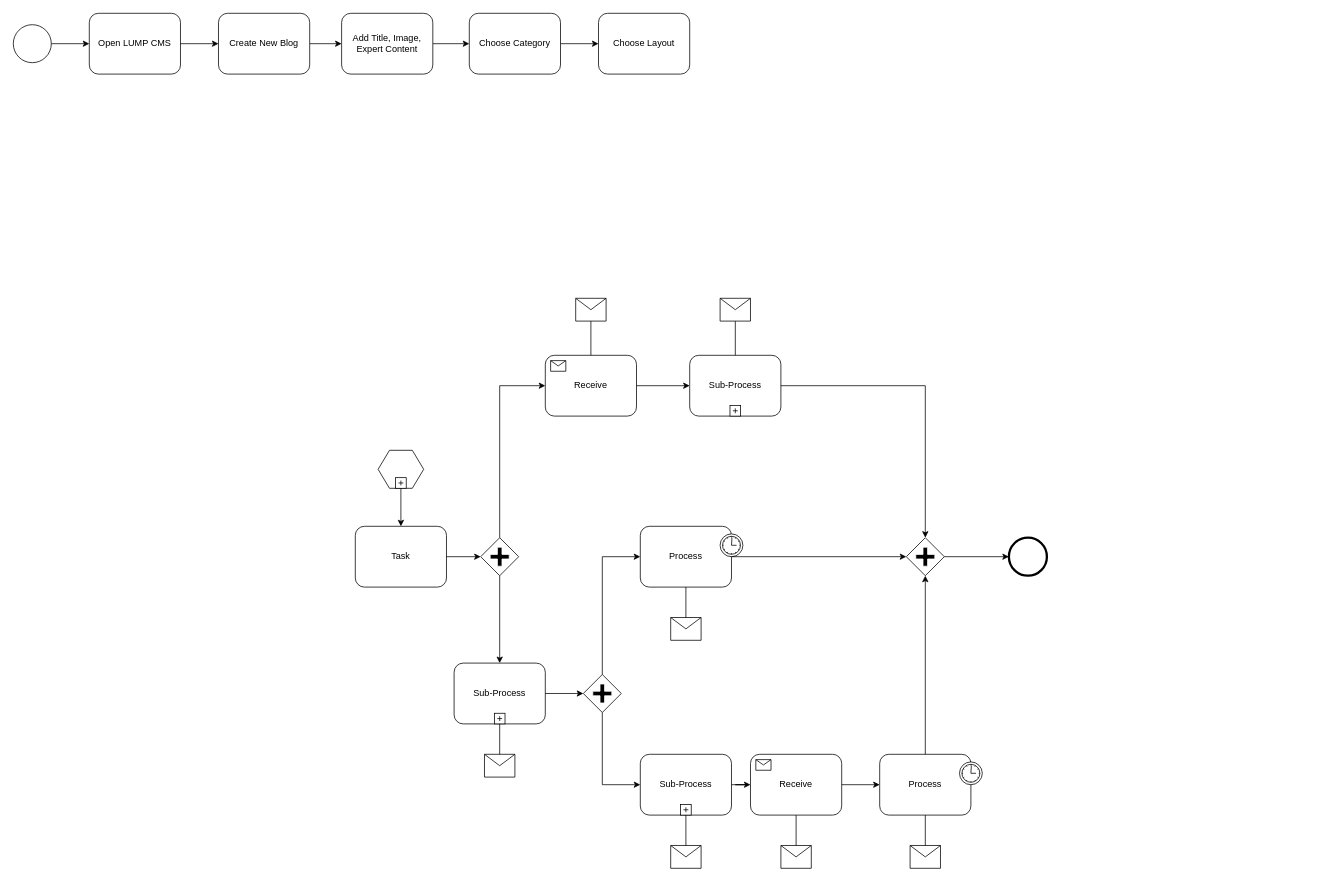
Earlier version of the draw.io diagram lump-end-user-flow.drawio (lmnaslimited/iyakkam). Source tidied: cells renumbered, new cells numbered last; positions are measured from the earlier drawing's top-left corner, leaving out a move shared by most shapes. Both pictures are drawn from the tidied source at 76%, with x=0, y=0 at pixel (13, 13).
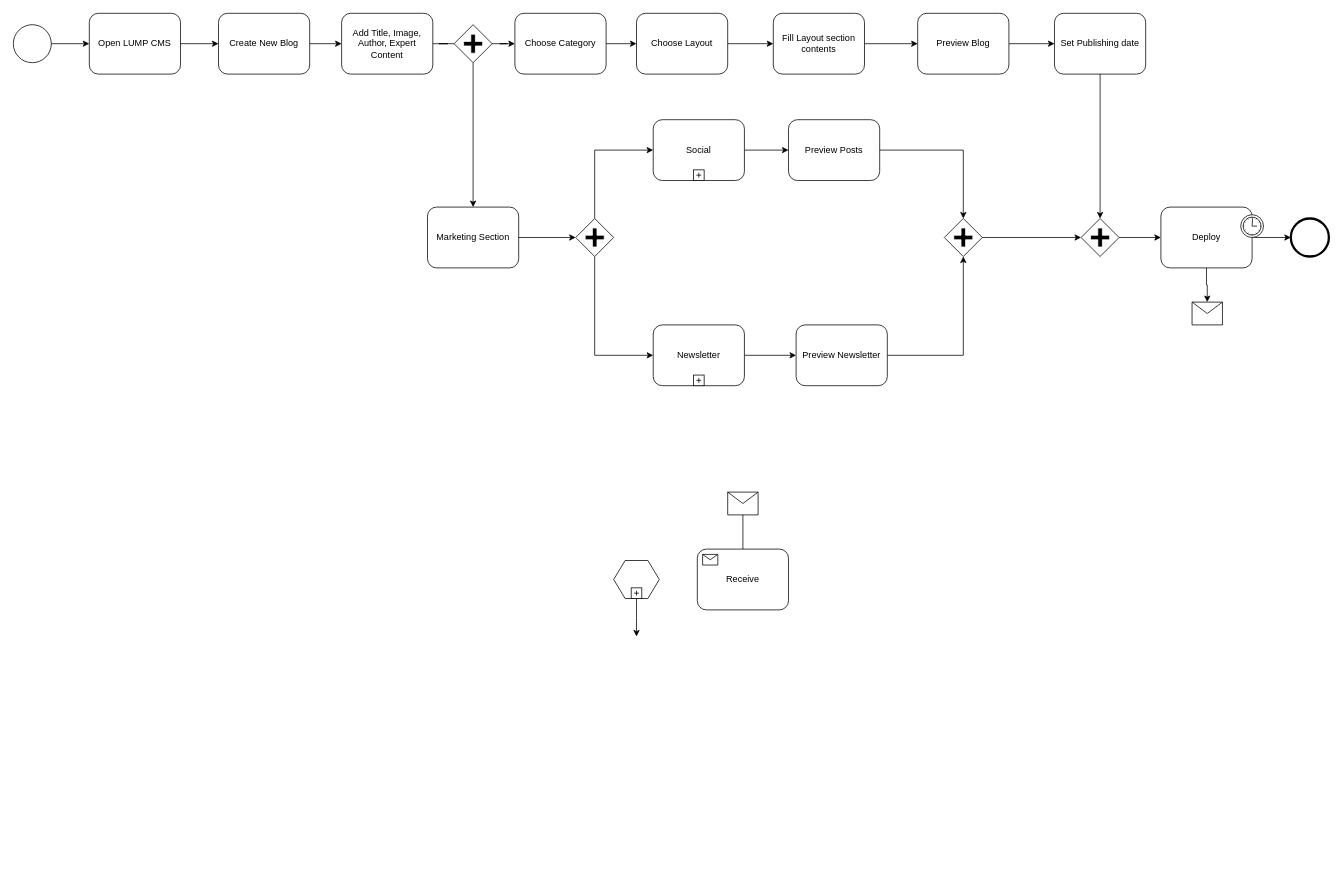
After the change.

Commit message:
updated with social and newsletter subprocess

The edit, as a diff of the source:
```diff
@@
     <mxCell id="6" style="shape=hexagon;whiteSpace=wrap;html=1;perimeter=hexagonPerimeter;" parent="1" vertex="1">
-      <mxGeometry x="480" y="575" width="60" height="50" as="geometry" />
+      <mxGeometry x="790" y="720" width="60" height="50" as="geometry" />
     </mxCell>
@@
-    <mxCell id="8" value="Task" style="shape=ext;rounded=1;html=1;whiteSpace=wrap;" parent="1" vertex="1">
-      <mxGeometry x="450" y="675" width="120" height="80" as="geometry" />
-    </mxCell>
-    <mxCell id="9" style="shape=mxgraph.bpmn.shape;html=1;verticalLabelPosition=bottom;labelBackgroundColor=#ffffff;verticalAlign=top;perimeter=rhombusPerimeter;background=gateway;outline=none;symbol=parallelGw;" parent="1" vertex="1">
-      <mxGeometry x="615" y="690" width="50" height="50" as="geometry" />
-    </mxCell>
-    <mxCell id="10" value="Sub-Process" style="html=1;whiteSpace=wrap;rounded=1;" parent="1" vertex="1">
-      <mxGeometry x="890" y="450" width="120" height="80" as="geometry" />
-    </mxCell>
-    <mxCell id="11" style="html=1;shape=plus;" parent="10" vertex="1">
-      <mxGeometry x="0.5" y="1" width="14" height="14" relative="1" as="geometry">
-        <mxPoint x="-7" y="-14" as="offset" />
-      </mxGeometry>
-    </mxCell>
     <mxCell id="12" value="Receive" style="html=1;whiteSpace=wrap;rounded=1;" parent="1" vertex="1">
-      <mxGeometry x="700" y="450" width="120" height="80" as="geometry" />
+      <mxGeometry x="900" y="705" width="120" height="80" as="geometry" />
     </mxCell>
@@
-    <mxCell id="14" value="Process" style="html=1;whiteSpace=wrap;rounded=1;" parent="1" vertex="1">
-      <mxGeometry x="825" y="675" width="120" height="80" as="geometry" />
-    </mxCell>
-    <mxCell id="15" style="shape=mxgraph.bpmn.timer_start;perimeter=ellipsePerimeter;html=1;labelPosition=right;labelBackgroundColor=#ffffff;align=left;" parent="14" vertex="1">
-      <mxGeometry x="1" width="30" height="30" relative="1" as="geometry">
-        <mxPoint x="-15" y="10" as="offset" />
-      </mxGeometry>
-    </mxCell>
-    <mxCell id="16" value="Process" style="html=1;whiteSpace=wrap;rounded=1;" parent="1" vertex="1">
-      <mxGeometry x="1140" y="975" width="120" height="80" as="geometry" />
-    </mxCell>
-    <mxCell id="17" style="shape=mxgraph.bpmn.timer_start;perimeter=ellipsePerimeter;html=1;labelPosition=right;labelBackgroundColor=#ffffff;align=left;" parent="16" vertex="1">
-      <mxGeometry x="1" width="30" height="30" relative="1" as="geometry">
-        <mxPoint x="-15" y="10" as="offset" />
-      </mxGeometry>
-    </mxCell>
-    <mxCell id="18" value="Receive" style="html=1;whiteSpace=wrap;rounded=1;" parent="1" vertex="1">
-      <mxGeometry x="970" y="975" width="120" height="80" as="geometry" />
-    </mxCell>
-    <mxCell id="19" style="html=1;shape=message;" parent="18" vertex="1">
-      <mxGeometry width="20" height="14" relative="1" as="geometry">
-        <mxPoint x="7" y="7" as="offset" />
-      </mxGeometry>
-    </mxCell>
-    <mxCell id="20" value="Sub-Process" style="html=1;whiteSpace=wrap;rounded=1;" parent="1" vertex="1">
-      <mxGeometry x="825" y="975" width="120" height="80" as="geometry" />
-    </mxCell>
-    <mxCell id="21" style="html=1;shape=plus;" parent="20" vertex="1">
-      <mxGeometry x="0.5" y="1" width="14" height="14" relative="1" as="geometry">
-        <mxPoint x="-7" y="-14" as="offset" />
-      </mxGeometry>
-    </mxCell>
-    <mxCell id="22" style="shape=mxgraph.bpmn.shape;html=1;verticalLabelPosition=bottom;labelBackgroundColor=#ffffff;verticalAlign=top;perimeter=rhombusPerimeter;background=gateway;outline=none;symbol=parallelGw;" parent="1" vertex="1">
-      <mxGeometry x="1175" y="690" width="50" height="50" as="geometry" />
-    </mxCell>
-    <mxCell id="23" style="shape=mxgraph.bpmn.shape;html=1;verticalLabelPosition=bottom;labelBackgroundColor=#ffffff;verticalAlign=top;perimeter=ellipsePerimeter;outline=end;symbol=general;" parent="1" vertex="1">
-      <mxGeometry x="1310" y="690" width="50" height="50" as="geometry" />
-    </mxCell>
     <mxCell id="24" style="shape=message;whiteSpace=wrap;html=1;" parent="1" vertex="1">
-      <mxGeometry x="740" y="375" width="40" height="30" as="geometry" />
+      <mxGeometry x="940" y="630" width="40" height="30" as="geometry" />
     </mxCell>
-    <mxCell id="25" style="shape=message;whiteSpace=wrap;html=1;" parent="1" vertex="1">
-      <mxGeometry x="930" y="375" width="40" height="30" as="geometry" />
-    </mxCell>
-    <mxCell id="26" value="Sub-Process" style="html=1;whiteSpace=wrap;rounded=1;" parent="1" vertex="1">
-      <mxGeometry x="580" y="855" width="120" height="80" as="geometry" />
-    </mxCell>
-    <mxCell id="27" style="html=1;shape=plus;" parent="26" vertex="1">
-      <mxGeometry x="0.5" y="1" width="14" height="14" relative="1" as="geometry">
-        <mxPoint x="-7" y="-14" as="offset" />
-      </mxGeometry>
-    </mxCell>
-    <mxCell id="28" style="shape=message;whiteSpace=wrap;html=1;" parent="1" vertex="1">
-      <mxGeometry x="620" y="975" width="40" height="30" as="geometry" />
-    </mxCell>
-    <mxCell id="29" style="shape=message;whiteSpace=wrap;html=1;" parent="1" vertex="1">
-      <mxGeometry x="1010" y="1095" width="40" height="30" as="geometry" />
-    </mxCell>
-    <mxCell id="30" style="shape=message;whiteSpace=wrap;html=1;" parent="1" vertex="1">
-      <mxGeometry x="1180" y="1095" width="40" height="30" as="geometry" />
-    </mxCell>
-    <mxCell id="31" style="shape=message;whiteSpace=wrap;html=1;" parent="1" vertex="1">
-      <mxGeometry x="865" y="1095" width="40" height="30" as="geometry" />
-    </mxCell>
-    <mxCell id="32" style="shape=message;whiteSpace=wrap;html=1;" parent="1" vertex="1">
-      <mxGeometry x="865" y="795" width="40" height="30" as="geometry" />
-    </mxCell>
@@
-    <mxCell id="35" style="edgeStyle=orthogonalEdgeStyle;rounded=0;html=1;jettySize=auto;" parent="1" edge="1" source="12" target="10">
-      <mxGeometry relative="1" as="geometry" />
-    </mxCell>
@@
-    <mxCell id="37" style="edgeStyle=orthogonalEdgeStyle;rounded=0;html=1;jettySize=auto;endArrow=none;endFill=0;" parent="1" edge="1" source="25" target="10">
-      <mxGeometry relative="1" as="geometry" />
-    </mxCell>
-    <mxCell id="38" style="edgeStyle=orthogonalEdgeStyle;rounded=0;html=1;jettySize=auto;" parent="1" edge="1" source="10" target="22">
-      <mxGeometry relative="1" as="geometry">
-        <Array as="points">
-          <mxPoint x="1200" y="490" />
-        </Array>
-      </mxGeometry>
-    </mxCell>
-    <mxCell id="39" style="edgeStyle=orthogonalEdgeStyle;rounded=0;html=1;jettySize=auto;" parent="1" edge="1" source="14" target="22">
-      <mxGeometry relative="1" as="geometry" />
-    </mxCell>
-    <mxCell id="40" style="edgeStyle=orthogonalEdgeStyle;rounded=0;html=1;jettySize=auto;" parent="1" edge="1" source="16" target="22">
-      <mxGeometry relative="1" as="geometry" />
-    </mxCell>
-    <mxCell id="41" style="edgeStyle=orthogonalEdgeStyle;rounded=0;html=1;jettySize=auto;" parent="1" edge="1" source="22" target="23">
-      <mxGeometry relative="1" as="geometry" />
-    </mxCell>
-    <mxCell id="42" style="edgeStyle=orthogonalEdgeStyle;rounded=0;html=1;jettySize=auto;" parent="1" edge="1" source="6" target="8">
-      <mxGeometry relative="1" as="geometry" />
+    <mxCell id="42" style="edgeStyle=orthogonalEdgeStyle;rounded=0;html=1;jettySize=auto;" parent="1" edge="1" source="6">
+      <mxGeometry relative="1" as="geometry">
+        <mxPoint x="820" y="820" as="targetPoint" />
+      </mxGeometry>
     </mxCell>
-    <mxCell id="43" style="edgeStyle=orthogonalEdgeStyle;rounded=0;html=1;jettySize=auto;" parent="1" edge="1" source="8" target="9">
-      <mxGeometry relative="1" as="geometry" />
-    </mxCell>
-    <mxCell id="44" style="edgeStyle=orthogonalEdgeStyle;rounded=0;html=1;jettySize=auto;" parent="1" edge="1" source="9" target="12">
-      <mxGeometry relative="1" as="geometry">
-        <Array as="points">
-          <mxPoint x="640" y="490" />
-        </Array>
-      </mxGeometry>
-    </mxCell>
-    <mxCell id="45" style="edgeStyle=orthogonalEdgeStyle;rounded=0;html=1;jettySize=auto;" parent="1" edge="1" source="9" target="26">
-      <mxGeometry relative="1" as="geometry" />
-    </mxCell>
-    <mxCell id="46" style="edgeStyle=orthogonalEdgeStyle;rounded=0;html=1;jettySize=auto;endArrow=none;endFill=0;" parent="1" edge="1" source="28" target="26">
-      <mxGeometry relative="1" as="geometry" />
-    </mxCell>
-    <mxCell id="47" style="shape=mxgraph.bpmn.shape;html=1;verticalLabelPosition=bottom;labelBackgroundColor=#ffffff;verticalAlign=top;perimeter=rhombusPerimeter;background=gateway;outline=none;symbol=parallelGw;" parent="1" vertex="1">
-      <mxGeometry x="750" y="870" width="50" height="50" as="geometry" />
-    </mxCell>
-    <mxCell id="48" style="edgeStyle=orthogonalEdgeStyle;rounded=0;html=1;jettySize=auto;" parent="1" edge="1" source="47" target="20">
-      <mxGeometry relative="1" as="geometry">
-        <Array as="points">
-          <mxPoint x="775" y="1015" />
-        </Array>
-      </mxGeometry>
-    </mxCell>
-    <mxCell id="49" style="edgeStyle=orthogonalEdgeStyle;rounded=0;html=1;jettySize=auto;" parent="1" edge="1" source="47" target="14">
-      <mxGeometry relative="1" as="geometry">
-        <Array as="points">
-          <mxPoint x="775" y="715" />
-        </Array>
-      </mxGeometry>
-    </mxCell>
-    <mxCell id="50" style="edgeStyle=orthogonalEdgeStyle;rounded=0;html=1;jettySize=auto;endArrow=none;endFill=0;" parent="1" edge="1" source="32" target="14">
-      <mxGeometry relative="1" as="geometry" />
-    </mxCell>
-    <mxCell id="51" style="edgeStyle=orthogonalEdgeStyle;rounded=0;html=1;jettySize=auto;" parent="1" edge="1" source="26" target="47">
-      <mxGeometry relative="1" as="geometry" />
-    </mxCell>
-    <mxCell id="52" style="edgeStyle=orthogonalEdgeStyle;rounded=0;html=1;jettySize=auto;" parent="1" edge="1" source="20" target="18">
-      <mxGeometry relative="1" as="geometry" />
-    </mxCell>
-    <mxCell id="53" style="edgeStyle=orthogonalEdgeStyle;rounded=0;html=1;jettySize=auto;endArrow=none;endFill=0;" parent="1" edge="1" source="31" target="20">
-      <mxGeometry relative="1" as="geometry" />
-    </mxCell>
-    <mxCell id="54" style="edgeStyle=orthogonalEdgeStyle;rounded=0;html=1;jettySize=auto;endArrow=none;endFill=0;" parent="1" edge="1" source="29" target="18">
-      <mxGeometry relative="1" as="geometry" />
-    </mxCell>
-    <mxCell id="55" style="edgeStyle=orthogonalEdgeStyle;rounded=0;html=1;jettySize=auto;endArrow=none;endFill=0;" parent="1" edge="1" source="30" target="16">
-      <mxGeometry relative="1" as="geometry" />
-    </mxCell>
-    <mxCell id="56" style="edgeStyle=orthogonalEdgeStyle;rounded=0;html=1;jettySize=auto;" parent="1" edge="1" source="18" target="16">
-      <mxGeometry relative="1" as="geometry" />
-    </mxCell>
-    <mxCell id="57" style="edgeStyle=orthogonalEdgeStyle;rounded=0;jettySize=auto;html=1;" parent="1" edge="1" source="58" target="60">
+    <mxCell id="57" style="edgeStyle=orthogonalEdgeStyle;rounded=0;jettySize=auto;html=1;startArrow=none;" parent="1" edge="1" source="79" target="60">
       <mxGeometry relative="1" as="geometry" />
     </mxCell>
-    <mxCell id="58" value="Add Title, Image, Expert Content" style="shape=ext;rounded=1;html=1;whiteSpace=wrap;" parent="1" vertex="1">
+    <mxCell id="58" value="Add Title, Image, Author, Expert Content" style="shape=ext;rounded=1;html=1;whiteSpace=wrap;" parent="1" vertex="1">
       <mxGeometry x="432" width="120" height="80" as="geometry" />
     </mxCell>
@@
     <mxCell id="60" value="Choose Category" style="shape=ext;rounded=1;html=1;whiteSpace=wrap;" parent="1" vertex="1">
-      <mxGeometry x="600" width="120" height="80" as="geometry" />
+      <mxGeometry x="660" width="120" height="80" as="geometry" />
     </mxCell>
+    <mxCell id="62" style="edgeStyle=orthogonalEdgeStyle;rounded=0;jettySize=auto;html=1;" parent="1" edge="1" source="61" target="69">
+      <mxGeometry relative="1" as="geometry" />
+    </mxCell>
     <mxCell id="61" value="Choose Layout" style="shape=ext;rounded=1;html=1;whiteSpace=wrap;" parent="1" vertex="1">
-      <mxGeometry x="770" width="120" height="80" as="geometry" />
+      <mxGeometry x="820" width="120" height="80" as="geometry" />
     </mxCell>
+    <mxCell id="63" value="Marketing Section" style="shape=ext;rounded=1;html=1;whiteSpace=wrap;" parent="1" vertex="1">
+      <mxGeometry x="545" y="255" width="120" height="80" as="geometry" />
+    </mxCell>
+    <mxCell id="64" style="edgeStyle=orthogonalEdgeStyle;rounded=0;jettySize=auto;html=1;exitX=0.5;exitY=0;exitDx=0;exitDy=0;entryX=0;entryY=0.5;entryDx=0;entryDy=0;" parent="1" edge="1" source="66" target="76">
+      <mxGeometry relative="1" as="geometry" />
+    </mxCell>
+    <mxCell id="65" style="edgeStyle=orthogonalEdgeStyle;rounded=0;jettySize=auto;html=1;exitX=0.5;exitY=1;exitDx=0;exitDy=0;entryX=0;entryY=0.5;entryDx=0;entryDy=0;" parent="1" edge="1" source="66" target="82">
+      <mxGeometry relative="1" as="geometry" />
+    </mxCell>
+    <mxCell id="66" style="shape=mxgraph.bpmn.shape;html=1;verticalLabelPosition=bottom;labelBackgroundColor=#ffffff;verticalAlign=top;perimeter=rhombusPerimeter;background=gateway;outline=none;symbol=parallelGw;" parent="1" vertex="1">
+      <mxGeometry x="740" y="270" width="50" height="50" as="geometry" />
+    </mxCell>
+    <mxCell id="67" style="edgeStyle=orthogonalEdgeStyle;rounded=0;html=1;jettySize=auto;" parent="1" edge="1" source="63" target="66">
+      <mxGeometry relative="1" as="geometry" />
+    </mxCell>
+    <mxCell id="68" style="edgeStyle=orthogonalEdgeStyle;rounded=0;jettySize=auto;html=1;" parent="1" edge="1" source="69" target="71">
+      <mxGeometry relative="1" as="geometry" />
+    </mxCell>
+    <mxCell id="69" value="Fill Layout section contents" style="shape=ext;rounded=1;html=1;whiteSpace=wrap;" parent="1" vertex="1">
+      <mxGeometry x="1000" width="120" height="80" as="geometry" />
+    </mxCell>
+    <mxCell id="70" style="edgeStyle=orthogonalEdgeStyle;rounded=0;jettySize=auto;html=1;" parent="1" edge="1" source="71" target="74">
+      <mxGeometry relative="1" as="geometry" />
+    </mxCell>
+    <mxCell id="71" value="Preview Blog" style="shape=ext;rounded=1;html=1;whiteSpace=wrap;" parent="1" vertex="1">
+      <mxGeometry x="1190" width="120" height="80" as="geometry" />
+    </mxCell>
+    <mxCell id="72" style="shape=mxgraph.bpmn.shape;html=1;verticalLabelPosition=bottom;labelBackgroundColor=#ffffff;verticalAlign=top;perimeter=ellipsePerimeter;outline=end;symbol=general;" parent="1" vertex="1">
+      <mxGeometry x="1681" y="270" width="50" height="50" as="geometry" />
+    </mxCell>
+    <mxCell id="73" style="edgeStyle=orthogonalEdgeStyle;rounded=0;jettySize=auto;html=1;exitX=0.5;exitY=1;exitDx=0;exitDy=0;entryX=0.5;entryY=0;entryDx=0;entryDy=0;" parent="1" edge="1" source="74" target="87">
+      <mxGeometry relative="1" as="geometry" />
+    </mxCell>
+    <mxCell id="74" value="Set Publishing date" style="shape=ext;rounded=1;html=1;whiteSpace=wrap;" parent="1" vertex="1">
+      <mxGeometry x="1370" width="120" height="80" as="geometry" />
+    </mxCell>
+    <mxCell id="75" style="edgeStyle=orthogonalEdgeStyle;rounded=0;jettySize=auto;html=1;exitX=1;exitY=0.5;exitDx=0;exitDy=0;entryX=0;entryY=0.5;entryDx=0;entryDy=0;" parent="1" edge="1" source="76" target="93">
+      <mxGeometry relative="1" as="geometry" />
+    </mxCell>
+    <mxCell id="76" value="Social" style="html=1;whiteSpace=wrap;rounded=1;" parent="1" vertex="1">
+      <mxGeometry x="842" y="140" width="120" height="80" as="geometry" />
+    </mxCell>
+    <mxCell id="77" style="html=1;shape=plus;" parent="76" vertex="1">
+      <mxGeometry x="0.5" y="1" width="14" height="14" relative="1" as="geometry">
+        <mxPoint x="-7" y="-14" as="offset" />
+      </mxGeometry>
+    </mxCell>
+    <mxCell id="78" style="edgeStyle=orthogonalEdgeStyle;rounded=0;jettySize=auto;html=1;exitX=0.5;exitY=1;exitDx=0;exitDy=0;" parent="1" edge="1" source="79" target="63">
+      <mxGeometry relative="1" as="geometry" />
+    </mxCell>
+    <mxCell id="79" style="shape=mxgraph.bpmn.shape;html=1;verticalLabelPosition=bottom;labelBackgroundColor=#ffffff;verticalAlign=top;perimeter=rhombusPerimeter;background=gateway;outline=none;symbol=parallelGw;" parent="1" vertex="1">
+      <mxGeometry x="580" y="15" width="50" height="50" as="geometry" />
+    </mxCell>
+    <mxCell id="80" style="edgeStyle=orthogonalEdgeStyle;rounded=0;jettySize=auto;html=1;endArrow=none;" parent="1" edge="1" source="58" target="79">
+      <mxGeometry relative="1" as="geometry" />
+    </mxCell>
+    <mxCell id="81" style="edgeStyle=orthogonalEdgeStyle;rounded=0;jettySize=auto;html=1;exitX=1;exitY=0.5;exitDx=0;exitDy=0;entryX=0;entryY=0.5;entryDx=0;entryDy=0;" parent="1" edge="1" source="82" target="95">
+      <mxGeometry relative="1" as="geometry" />
+    </mxCell>
+    <mxCell id="82" value="Newsletter" style="html=1;whiteSpace=wrap;rounded=1;" parent="1" vertex="1">
+      <mxGeometry x="842" y="410" width="120" height="80" as="geometry" />
+    </mxCell>
+    <mxCell id="83" style="html=1;shape=plus;" parent="82" vertex="1">
+      <mxGeometry x="0.5" y="1" width="14" height="14" relative="1" as="geometry">
+        <mxPoint x="-7" y="-14" as="offset" />
+      </mxGeometry>
+    </mxCell>
+    <mxCell id="84" style="edgeStyle=orthogonalEdgeStyle;rounded=0;jettySize=auto;html=1;exitX=1;exitY=0.5;exitDx=0;exitDy=0;entryX=0;entryY=0.5;entryDx=0;entryDy=0;" parent="1" edge="1" source="85" target="87">
+      <mxGeometry relative="1" as="geometry" />
+    </mxCell>
+    <mxCell id="85" style="shape=mxgraph.bpmn.shape;html=1;verticalLabelPosition=bottom;labelBackgroundColor=#ffffff;verticalAlign=top;perimeter=rhombusPerimeter;background=gateway;outline=none;symbol=parallelGw;" parent="1" vertex="1">
+      <mxGeometry x="1225" y="270" width="50" height="50" as="geometry" />
+    </mxCell>
+    <mxCell id="86" style="edgeStyle=orthogonalEdgeStyle;rounded=0;jettySize=auto;html=1;exitX=1;exitY=0.5;exitDx=0;exitDy=0;entryX=0;entryY=0.5;entryDx=0;entryDy=0;" parent="1" edge="1" source="87" target="90">
+      <mxGeometry relative="1" as="geometry" />
+    </mxCell>
+    <mxCell id="87" style="shape=mxgraph.bpmn.shape;html=1;verticalLabelPosition=bottom;labelBackgroundColor=#ffffff;verticalAlign=top;perimeter=rhombusPerimeter;background=gateway;outline=none;symbol=parallelGw;" parent="1" vertex="1">
+      <mxGeometry x="1405" y="270" width="50" height="50" as="geometry" />
+    </mxCell>
+    <mxCell id="88" style="edgeStyle=orthogonalEdgeStyle;rounded=0;jettySize=auto;html=1;exitX=1;exitY=0.5;exitDx=0;exitDy=0;" parent="1" edge="1" source="90" target="72">
+      <mxGeometry relative="1" as="geometry" />
+    </mxCell>
+    <mxCell id="89" style="edgeStyle=orthogonalEdgeStyle;rounded=0;jettySize=auto;html=1;exitX=0.5;exitY=1;exitDx=0;exitDy=0;entryX=0.5;entryY=0;entryDx=0;entryDy=0;" parent="1" edge="1" source="90" target="96">
+      <mxGeometry relative="1" as="geometry" />
+    </mxCell>
+    <mxCell id="90" value="Deploy" style="html=1;whiteSpace=wrap;rounded=1;" parent="1" vertex="1">
+      <mxGeometry x="1510" y="255" width="120" height="80" as="geometry" />
+    </mxCell>
+    <mxCell id="91" style="shape=mxgraph.bpmn.timer_start;perimeter=ellipsePerimeter;html=1;labelPosition=right;labelBackgroundColor=#ffffff;align=left;" parent="90" vertex="1">
+      <mxGeometry x="1" width="30" height="30" relative="1" as="geometry">
+        <mxPoint x="-15" y="10" as="offset" />
+      </mxGeometry>
+    </mxCell>
+    <mxCell id="92" style="edgeStyle=orthogonalEdgeStyle;rounded=0;jettySize=auto;html=1;exitX=1;exitY=0.5;exitDx=0;exitDy=0;entryX=0.5;entryY=0;entryDx=0;entryDy=0;" parent="1" edge="1" source="93" target="85">
+      <mxGeometry relative="1" as="geometry" />
+    </mxCell>
+    <mxCell id="93" value="Preview Posts" style="shape=ext;rounded=1;html=1;whiteSpace=wrap;" parent="1" vertex="1">
+      <mxGeometry x="1020" y="140" width="120" height="80" as="geometry" />
+    </mxCell>
+    <mxCell id="94" style="edgeStyle=orthogonalEdgeStyle;rounded=0;jettySize=auto;html=1;exitX=1;exitY=0.5;exitDx=0;exitDy=0;entryX=0.5;entryY=1;entryDx=0;entryDy=0;" parent="1" edge="1" source="95" target="85">
+      <mxGeometry relative="1" as="geometry" />
+    </mxCell>
+    <mxCell id="95" value="Preview Newsletter" style="shape=ext;rounded=1;html=1;whiteSpace=wrap;" parent="1" vertex="1">
+      <mxGeometry x="1030" y="410" width="120" height="80" as="geometry" />
+    </mxCell>
+    <mxCell id="96" style="shape=message;whiteSpace=wrap;html=1;" parent="1" vertex="1">
+      <mxGeometry x="1551" y="380" width="40" height="30" as="geometry" />
+    </mxCell>
```
